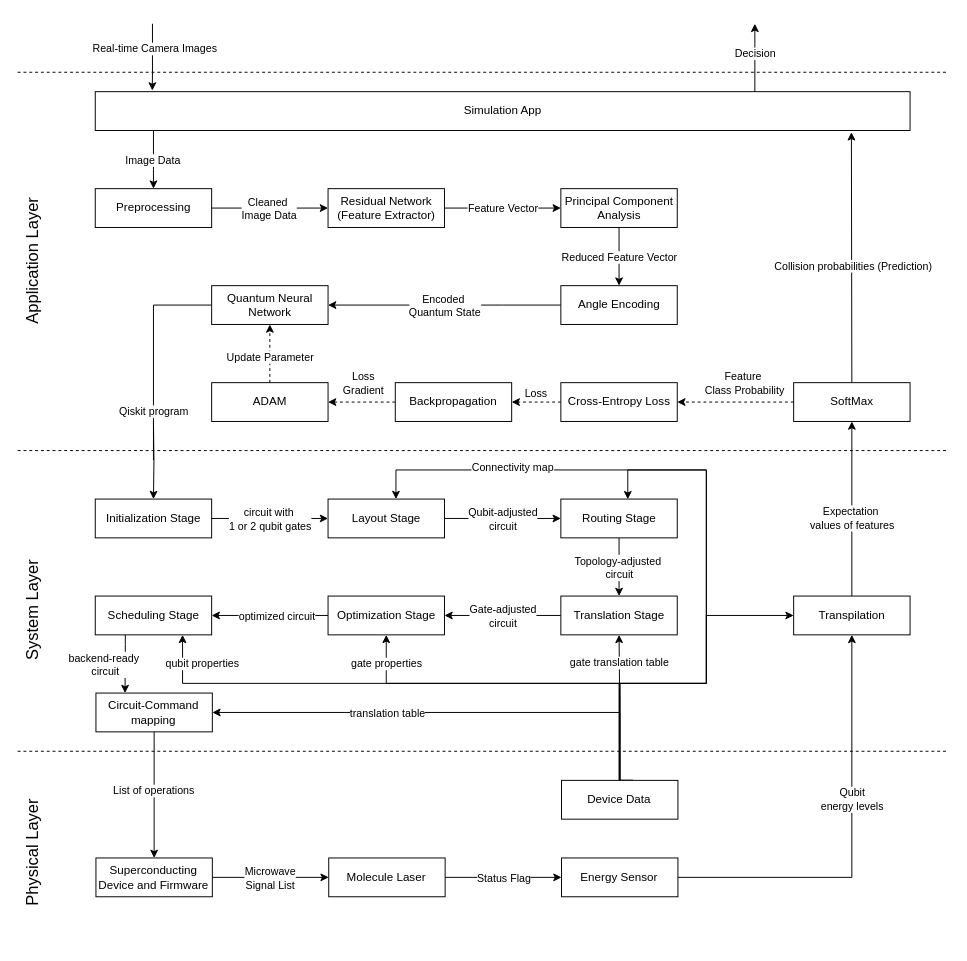
Above: page "scenario4" (4 of 4) of docs/images/RuntimeView.drawio in FullStaQD/architecture (draw.io), before the change. Source tidied: cells renumbered, new cells numbered last; positions are measured from the earlier drawing's top-left corner, leaving out a move shared by most shapes. Both pictures are drawn from the tidied source at 97%, with x=0, y=0 at pixel (-50, 23).
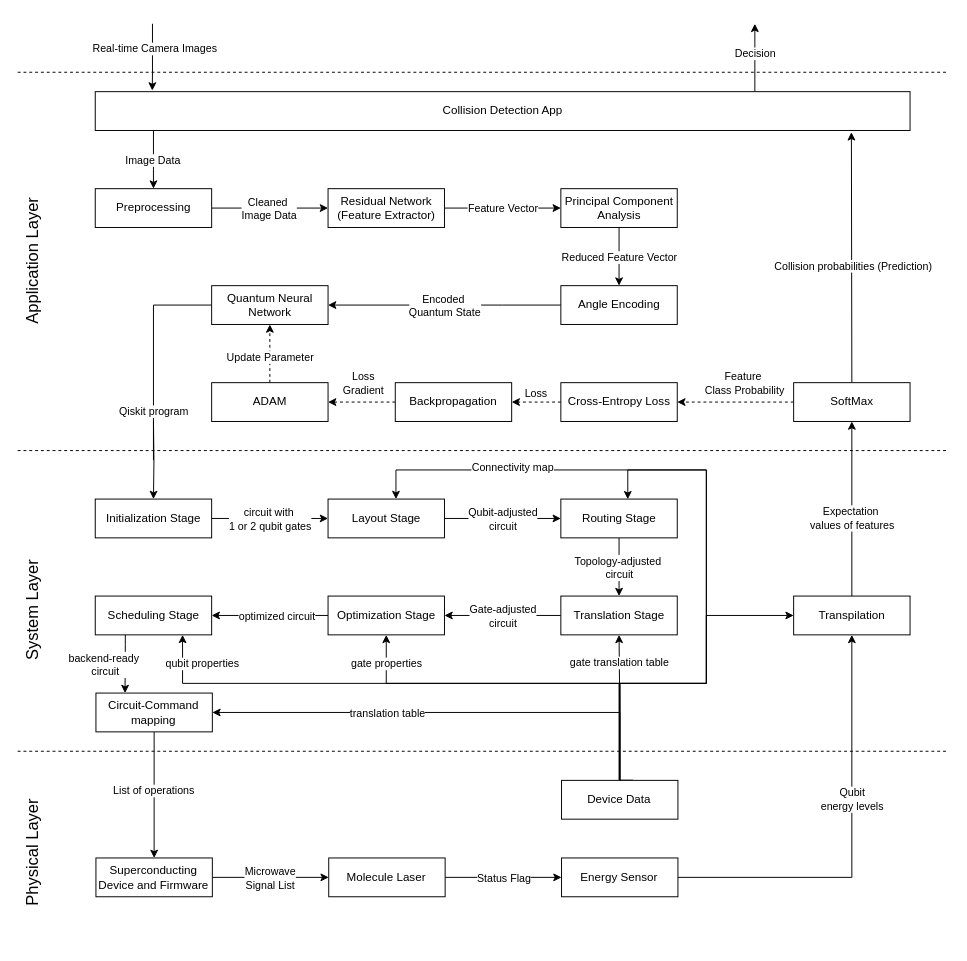
Above is the later version.

The edit, as a diff of the source:
```diff
@@
-    <mxCell id="9" value="Simulation App" style="rounded=0;whiteSpace=wrap;html=1;" parent="1" vertex="1">
+    <mxCell id="9" value="Collision Detection App" style="rounded=0;whiteSpace=wrap;html=1;" parent="1" vertex="1">
       <mxGeometry x="149.7" y="70" width="840" height="40" as="geometry" />
     </mxCell>
```
